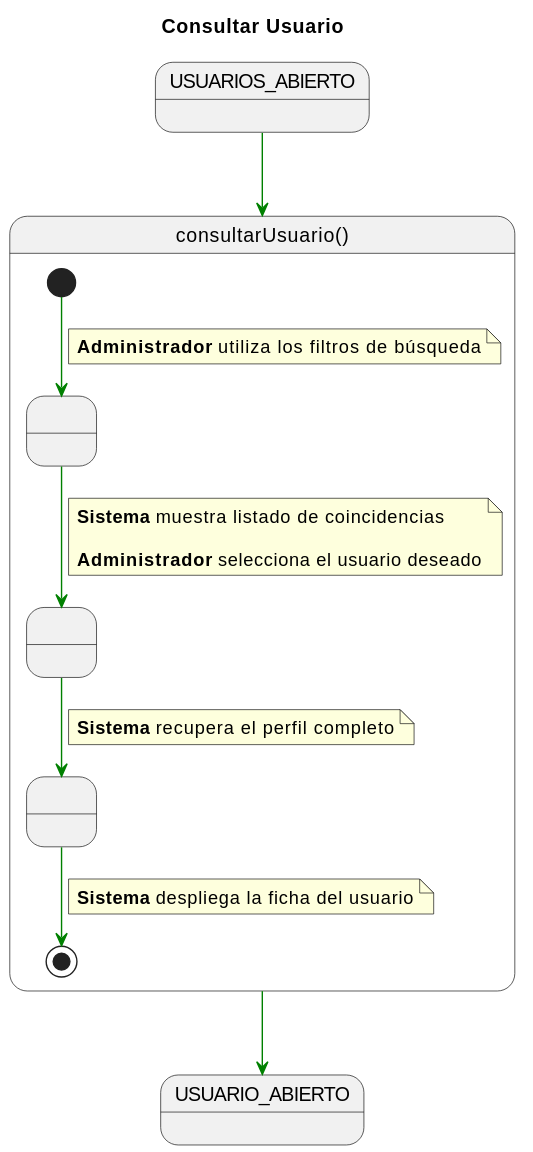
This is documents/CasosDeUso/DetalladoCasosDeUso/Administrador/consultarUsuario.svg from enmabry/25-26-IdSw1-SdR, a PlantUML export, as it was before one commit. Source of this version:
```plantuml
@startuml
title Consultar Usuario

skinparam linetype polyline

state USUARIOS_ABIERTO_INICIAL as "USUARIOS_ABIERTO"
state USUARIO_ABIERTO_FINAL as "USUARIO_ABIERTO"

USUARIOS_ABIERTO_INICIAL -[#green]-> consultarUsuario

state consultarUsuario as "consultarUsuario()" {

    state " " as Busqueda
    state " " as Seleccion
    state " " as CargaDatos

    [*] -[#green]-> Busqueda
    note on link
        <b>Administrador</b> utiliza los filtros de búsqueda
    end note

    Busqueda -[#green]-> Seleccion
    note on link
        <b>Sistema</b> muestra listado de coincidencias

        <b>Administrador</b> selecciona el usuario deseado
    end note

    Seleccion -[#green]-> CargaDatos
    note on link
        <b>Sistema</b> recupera el perfil completo
    end note

    CargaDatos -[#green]-> [*]
    note on link
        <b>Sistema</b> despliega la ficha del usuario
    end note

}

consultarUsuario -[#green]-> USUARIO_ABIERTO_FINAL
@enduml
```
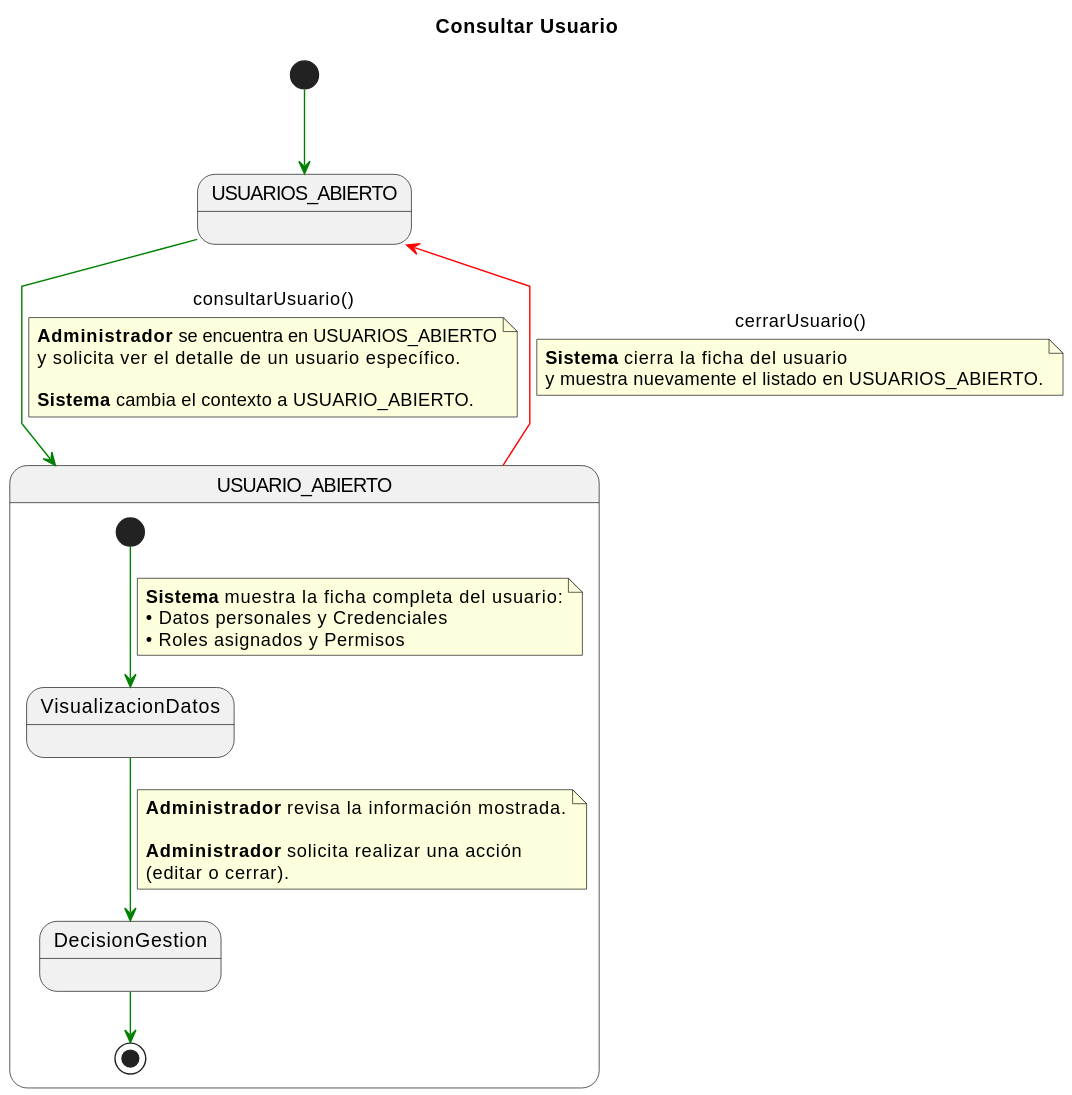
Later version of the same file.

Change to the diagram source:
```diff
@@ -1,42 +1,46 @@
 @startuml
 title Consultar Usuario
-
 skinparam linetype polyline
 
 state USUARIOS_ABIERTO_INICIAL as "USUARIOS_ABIERTO"
-state USUARIO_ABIERTO_FINAL as "USUARIO_ABIERTO"
+state USUARIO_ABIERTO_COMP     as "USUARIO_ABIERTO"
 
-USUARIOS_ABIERTO_INICIAL -[#green]-> consultarUsuario
+[*] -[#green]-> USUARIOS_ABIERTO_INICIAL
 
-state consultarUsuario as "consultarUsuario()" {
+USUARIOS_ABIERTO_INICIAL -[#green]-> USUARIO_ABIERTO_COMP : consultarUsuario()
+note on link
+<b>Administrador</b> se encuentra en USUARIOS_ABIERTO
+y solicita ver el detalle de un usuario específico.
 
-    state " " as Busqueda
-    state " " as Seleccion
-    state " " as CargaDatos
+<b>Sistema</b> cambia el contexto a USUARIO_ABIERTO.
+end note
 
-    [*] -[#green]-> Busqueda
+state USUARIO_ABIERTO_COMP as "USUARIO_ABIERTO" {
+
+    state VisualizacionDatos
+    state DecisionGestion
+
+    [*] -[#green]-> VisualizacionDatos
     note on link
-        <b>Administrador</b> utiliza los filtros de búsqueda
+    <b>Sistema</b> muestra la ficha completa del usuario:
+    • Datos personales y Credenciales
+    • Roles asignados y Permisos
     end note
 
-    Busqueda -[#green]-> Seleccion
+    VisualizacionDatos -[#green]-> DecisionGestion
     note on link
-        <b>Sistema</b> muestra listado de coincidencias
+    <b>Administrador</b> revisa la información mostrada.
 
-        <b>Administrador</b> selecciona el usuario deseado
+    <b>Administrador</b> solicita realizar una acción
+    (editar o cerrar).
     end note
 
-    Seleccion -[#green]-> CargaDatos
-    note on link
-        <b>Sistema</b> recupera el perfil completo
-    end note
-
-    CargaDatos -[#green]-> [*]
-    note on link
-        <b>Sistema</b> despliega la ficha del usuario
-    end note
-
+    DecisionGestion -[#green]-> [*]
 }
 
-consultarUsuario -[#green]-> USUARIO_ABIERTO_FINAL
+USUARIO_ABIERTO_COMP -[#red]-> USUARIOS_ABIERTO_INICIAL : cerrarUsuario()
+note on link
+<b>Sistema</b> cierra la ficha del usuario
+y muestra nuevamente el listado en USUARIOS_ABIERTO.
+end note
 @enduml
```
